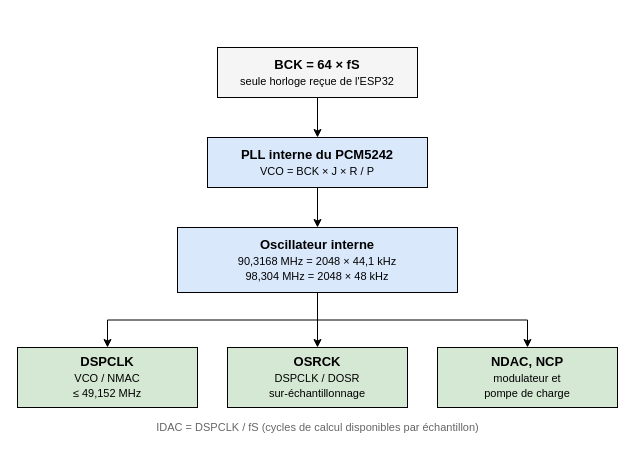
dossantosyann/TB2026-YDS-Report keeps this draw.io diagram as assets/figures/Arbre_horloge_PCM5242.drawio. Above is the earlier version. Source tidied: cells renumbered, new cells numbered last; positions are measured from the earlier drawing's top-left corner, leaving out a move shared by most shapes. Both pictures are drawn from the tidied source at 100%, with x=0, y=0 at pixel (17, 47).
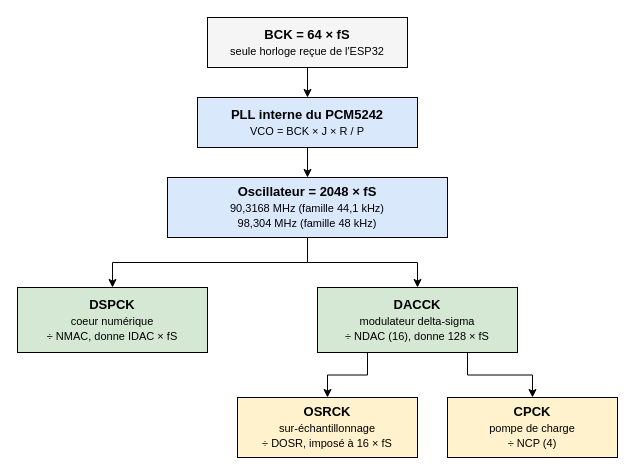
After the change.

Commit message:
Mettre à jour Arbre_horloge_PCM5242.drawio

The edit, as a diff of the source:
```diff
@@
 <mxGraphModel>
   <root>
     <mxCell id="0" />
     <mxCell id="1" parent="0" />
     <mxCell id="2" value="&lt;b&gt;BCK = 64 × fS&lt;/b&gt;&lt;br&gt;&lt;font style=&quot;font-size: 11px;&quot;&gt;seule horloge reçue de l'ESP32&lt;/font&gt;" style="rounded=0;whiteSpace=wrap;html=1;fillColor=#F5F5F5;strokeColor=#000000;fontSize=13;fontFamily=Helvetica;" parent="1" vertex="1">
-      <mxGeometry x="200" width="200" height="50" as="geometry" />
+      <mxGeometry x="190" y="-30" width="200" height="50" as="geometry" />
     </mxCell>
     <mxCell id="3" value="&lt;b&gt;PLL interne du PCM5242&lt;/b&gt;&lt;br&gt;&lt;font style=&quot;font-size: 11px;&quot;&gt;VCO = BCK × J × R / P&lt;/font&gt;" style="rounded=0;whiteSpace=wrap;html=1;fillColor=#DAE8FC;strokeColor=#000000;fontSize=13;fontFamily=Helvetica;" parent="1" vertex="1">
-      <mxGeometry x="190" y="90" width="220" height="50" as="geometry" />
+      <mxGeometry x="180" y="50" width="220" height="50" as="geometry" />
     </mxCell>
-    <mxCell id="4" value="&lt;b&gt;Oscillateur interne&lt;/b&gt;&lt;br&gt;&lt;font style=&quot;font-size: 11px;&quot;&gt;90,3168 MHz = 2048 × 44,1 kHz&lt;br&gt;98,304 MHz = 2048 × 48 kHz&lt;/font&gt;" style="rounded=0;whiteSpace=wrap;html=1;fillColor=#DAE8FC;strokeColor=#000000;fontSize=13;fontFamily=Helvetica;" parent="1" vertex="1">
-      <mxGeometry x="160" y="180" width="280" height="65" as="geometry" />
-    </mxCell>
-    <mxCell id="5" value="&lt;b&gt;DSPCLK&lt;/b&gt;&lt;br&gt;&lt;font style=&quot;font-size: 11px;&quot;&gt;VCO / NMAC&lt;br&gt;≤ 49,152 MHz&lt;/font&gt;" style="rounded=0;whiteSpace=wrap;html=1;fillColor=#D5E8D4;strokeColor=#000000;fontSize=13;fontFamily=Helvetica;" parent="1" vertex="1">
-      <mxGeometry y="300" width="180" height="60" as="geometry" />
-    </mxCell>
-    <mxCell id="6" value="&lt;b&gt;OSRCK&lt;/b&gt;&lt;br&gt;&lt;font style=&quot;font-size: 11px;&quot;&gt;DSPCLK / DOSR&lt;br&gt;sur-échantillonnage&lt;/font&gt;" style="rounded=0;whiteSpace=wrap;html=1;fillColor=#D5E8D4;strokeColor=#000000;fontSize=13;fontFamily=Helvetica;" parent="1" vertex="1">
-      <mxGeometry x="210" y="300" width="180" height="60" as="geometry" />
-    </mxCell>
-    <mxCell id="7" value="&lt;b&gt;NDAC, NCP&lt;/b&gt;&lt;br&gt;&lt;font style=&quot;font-size: 11px;&quot;&gt;modulateur et&lt;br&gt;pompe de charge&lt;/font&gt;" style="rounded=0;whiteSpace=wrap;html=1;fillColor=#D5E8D4;strokeColor=#000000;fontSize=13;fontFamily=Helvetica;" parent="1" vertex="1">
-      <mxGeometry x="420" y="300" width="180" height="60" as="geometry" />
-    </mxCell>
-    <mxCell id="8" value="IDAC = DSPCLK / fS  (cycles de calcul disponibles par échantillon)" style="text;html=1;align=center;verticalAlign=middle;fontSize=11;fontFamily=Helvetica;fontColor=#666666;" parent="1" vertex="1">
-      <mxGeometry x="30" y="370" width="540" height="20" as="geometry" />
-    </mxCell>
+    <mxCell id="14" value="&lt;b&gt;Oscillateur = 2048 × fS&lt;/b&gt;&lt;br&gt;&lt;font style=&quot;font-size: 11px;&quot;&gt;90,3168 MHz (famille 44,1 kHz)&lt;br&gt;98,304 MHz (famille 48 kHz)&lt;/font&gt;" style="rounded=0;whiteSpace=wrap;html=1;fillColor=#DAE8FC;strokeColor=#000000;fontSize=13;fontFamily=Helvetica;" parent="1" vertex="1">
+      <mxGeometry x="150" y="130" width="280" height="60" as="geometry" />
+    </mxCell>
+    <mxCell id="15" value="&lt;b&gt;DSPCK&lt;/b&gt;&lt;br&gt;&lt;font style=&quot;font-size: 11px;&quot;&gt;coeur numérique&lt;br&gt;÷ NMAC, donne IDAC × fS&lt;/font&gt;" style="rounded=0;whiteSpace=wrap;html=1;fillColor=#D5E8D4;strokeColor=#000000;fontSize=13;fontFamily=Helvetica;" parent="1" vertex="1">
+      <mxGeometry y="240" width="190" height="65" as="geometry" />
+    </mxCell>
+    <mxCell id="16" value="&lt;b&gt;DACCK&lt;/b&gt;&lt;br&gt;&lt;font style=&quot;font-size: 11px;&quot;&gt;modulateur delta-sigma&lt;br&gt;÷ NDAC (16), donne 128 × fS&lt;/font&gt;" style="rounded=0;whiteSpace=wrap;html=1;fillColor=#D5E8D4;strokeColor=#000000;fontSize=13;fontFamily=Helvetica;" parent="1" vertex="1">
+      <mxGeometry x="300" y="240" width="200" height="65" as="geometry" />
+    </mxCell>
+    <mxCell id="17" value="&lt;b&gt;OSRCK&lt;/b&gt;&lt;br&gt;&lt;font style=&quot;font-size: 11px;&quot;&gt;sur-échantillonnage&lt;br&gt;÷ DOSR, imposé à 16 × fS&lt;/font&gt;" style="rounded=0;whiteSpace=wrap;html=1;fillColor=#FFF2CC;strokeColor=#000000;fontSize=13;fontFamily=Helvetica;" parent="1" vertex="1">
+      <mxGeometry x="220" y="350" width="180" height="60" as="geometry" />
+    </mxCell>
+    <mxCell id="18" value="&lt;b&gt;CPCK&lt;/b&gt;&lt;br&gt;&lt;font style=&quot;font-size: 11px;&quot;&gt;pompe de charge&lt;br&gt;÷ NCP (4)&lt;/font&gt;" style="rounded=0;whiteSpace=wrap;html=1;fillColor=#FFF2CC;strokeColor=#000000;fontSize=13;fontFamily=Helvetica;" parent="1" vertex="1">
+      <mxGeometry x="430" y="350" width="170" height="60" as="geometry" />
+    </mxCell>
     <mxCell id="9" style="edgeStyle=orthogonalEdgeStyle;rounded=0;html=1;endArrow=classic;strokeColor=#000000;exitX=0.5;exitY=1;entryX=0.5;entryY=0;" parent="1" edge="1" source="2" target="3">
       <mxGeometry relative="1" as="geometry" />
     </mxCell>
-    <mxCell id="10" style="edgeStyle=orthogonalEdgeStyle;rounded=0;html=1;endArrow=classic;strokeColor=#000000;exitX=0.5;exitY=1;entryX=0.5;entryY=0;" parent="1" edge="1" source="3" target="4">
-      <mxGeometry relative="1" as="geometry" />
-    </mxCell>
-    <mxCell id="11" style="edgeStyle=orthogonalEdgeStyle;rounded=0;html=1;endArrow=classic;strokeColor=#000000;exitX=0.5;exitY=1;entryX=0.5;entryY=0;" parent="1" edge="1" source="4" target="5">
-      <mxGeometry relative="1" as="geometry" />
-    </mxCell>
-    <mxCell id="12" style="edgeStyle=orthogonalEdgeStyle;rounded=0;html=1;endArrow=classic;strokeColor=#000000;exitX=0.5;exitY=1;entryX=0.5;entryY=0;" parent="1" edge="1" source="4" target="6">
-      <mxGeometry relative="1" as="geometry" />
-    </mxCell>
-    <mxCell id="13" style="edgeStyle=orthogonalEdgeStyle;rounded=0;html=1;endArrow=classic;strokeColor=#000000;exitX=0.5;exitY=1;entryX=0.5;entryY=0;" parent="1" edge="1" source="4" target="7">
-      <mxGeometry relative="1" as="geometry" />
-    </mxCell>
+    <mxCell id="19" style="edgeStyle=orthogonalEdgeStyle;rounded=0;html=1;endArrow=classic;strokeColor=#000000;exitX=0.5;exitY=1;entryX=0.5;entryY=0;" parent="1" edge="1" source="3" target="14">
+      <mxGeometry relative="1" as="geometry" />
+    </mxCell>
+    <mxCell id="20" style="edgeStyle=orthogonalEdgeStyle;rounded=0;html=1;endArrow=classic;strokeColor=#000000;exitX=0.5;exitY=1;entryX=0.5;entryY=0;" parent="1" edge="1" source="14" target="15">
+      <mxGeometry relative="1" as="geometry" />
+    </mxCell>
+    <mxCell id="21" style="edgeStyle=orthogonalEdgeStyle;rounded=0;html=1;endArrow=classic;strokeColor=#000000;exitX=0.5;exitY=1;entryX=0.5;entryY=0;" parent="1" edge="1" source="14" target="16">
+      <mxGeometry relative="1" as="geometry" />
+    </mxCell>
+    <mxCell id="22" style="edgeStyle=orthogonalEdgeStyle;rounded=0;html=1;endArrow=classic;strokeColor=#000000;exitX=0.25;exitY=1;entryX=0.5;entryY=0;" parent="1" edge="1" source="16" target="17">
+      <mxGeometry relative="1" as="geometry" />
+    </mxCell>
+    <mxCell id="23" style="edgeStyle=orthogonalEdgeStyle;rounded=0;html=1;endArrow=classic;strokeColor=#000000;exitX=0.75;exitY=1;entryX=0.5;entryY=0;" parent="1" edge="1" source="16" target="18">
+      <mxGeometry relative="1" as="geometry" />
+    </mxCell>
   </root>
 </mxGraphModel>
```
